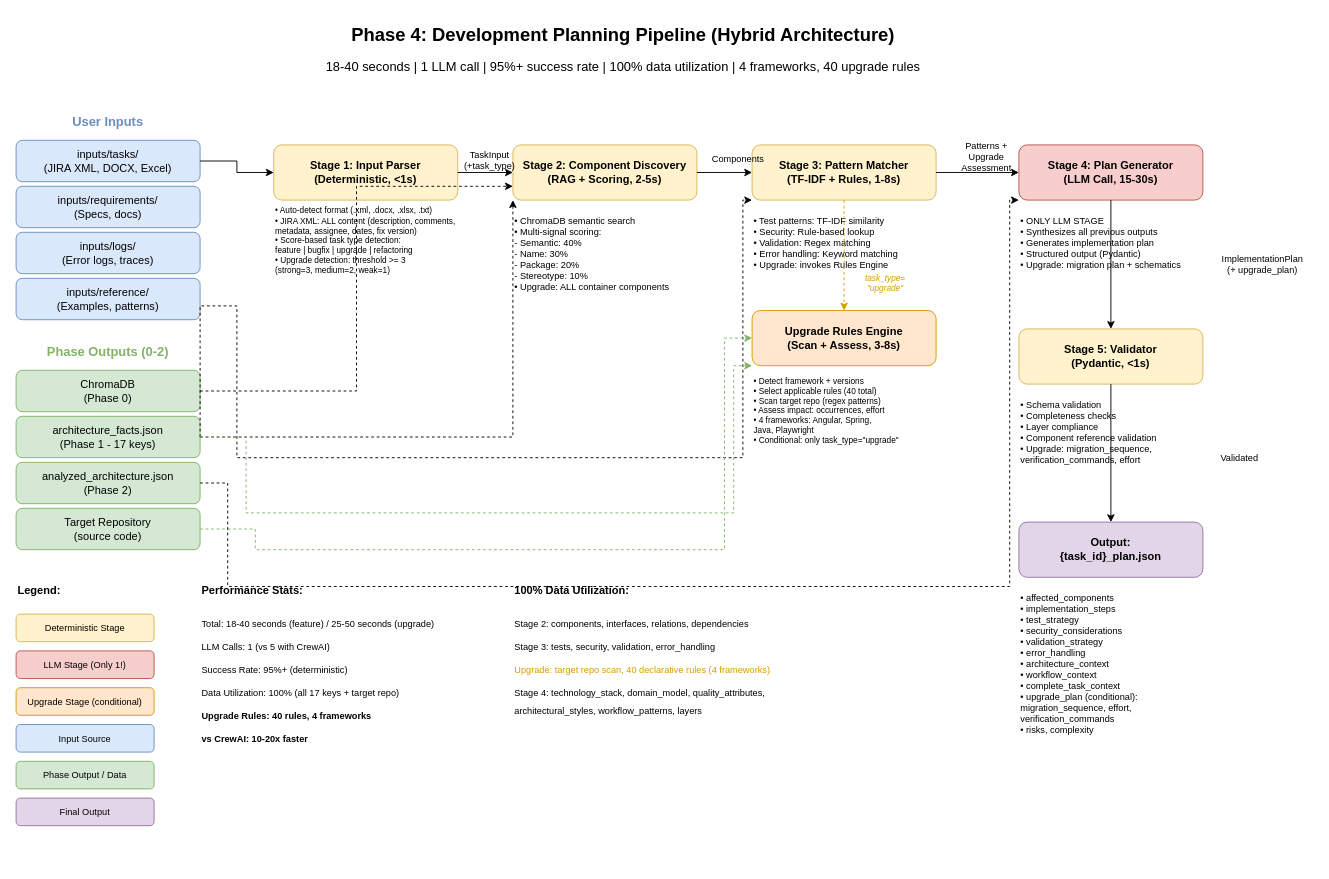
Before: docs/diagrams/development-planning-pipeline.drawio in aymenmastouri/aicodegencrew, a draw.io diagram. Source tidied: cells renumbered, new cells numbered last; positions are measured from the earlier drawing's top-left corner, leaving out a move shared by most shapes. Both pictures are drawn from the tidied source at 92%, with x=0, y=0 at pixel (16, 16).
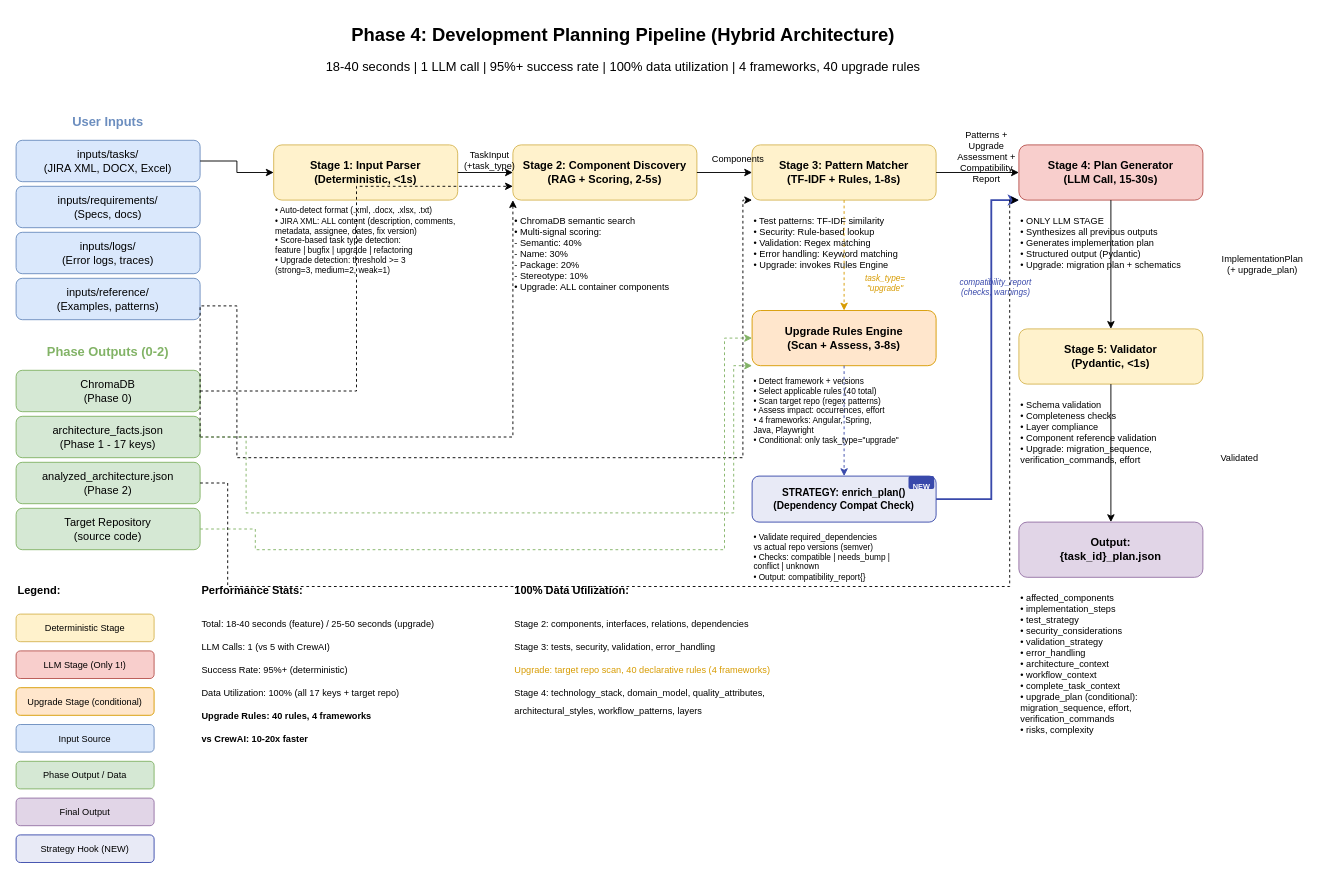
The same diagram, later.

The change refers to these unchanged cells:
```xml
<mxCell id="20" value="Upgrade Rules Engine&#10;(Scan + Assess, 3-8s)" style="rounded=1;whiteSpace=wrap;html=1;fillColor=#ffe6cc;strokeColor=#d79b00;fontSize=12;fontStyle=1;" parent="1" vertex="1">
  <mxGeometry x="800" y="320" width="200" height="60" as="geometry" />
</mxCell>
<mxCell id="22" value="Stage 4: Plan Generator&#10;(LLM Call, 15-30s)" style="rounded=1;whiteSpace=wrap;html=1;fillColor=#f8cecc;strokeColor=#b85450;fontSize=12;fontStyle=1;" parent="1" vertex="1">
  <mxGeometry x="1090" y="140" width="200" height="60" as="geometry" />
</mxCell>
```

Change to the diagram source:
```diff
@@
+    <mxCell id="67" value="STRATEGY: enrich_plan()&#10;(Dependency Compat Check)" style="rounded=1;whiteSpace=wrap;html=1;fillColor=#e8eaf6;strokeColor=#3949ab;fontSize=11;fontStyle=1;" parent="1" vertex="1">
+      <mxGeometry x="800" y="500" width="200" height="50" as="geometry" />
+    </mxCell>
+    <mxCell id="68" value="NEW" style="text;html=1;strokeColor=none;fillColor=#3949ab;align=center;rounded=1;fontSize=8;fontStyle=1;fontColor=#fff;" parent="1" vertex="1">
+      <mxGeometry x="970" y="500" width="28" height="14" as="geometry" />
+    </mxCell>
+    <mxCell id="69" value="• Validate required_dependencies&#10;  vs actual repo versions (semver)&#10;• Checks: compatible | needs_bump |&#10;  conflict | unknown&#10;• Output: compatibility_report{}" style="text;html=1;strokeColor=none;fillColor=none;align=left;verticalAlign=top;whiteSpace=wrap;rounded=0;fontSize=9;" parent="1" vertex="1">
+      <mxGeometry x="800" y="555" width="200" height="75" as="geometry" />
+    </mxCell>
+    <mxCell id="70" style="edgeStyle=orthogonalEdgeStyle;rounded=0;jettySize=auto;html=1;exitX=0.5;exitY=1;exitDx=0;exitDy=0;entryX=0.5;entryY=0;entryDx=0;entryDy=0;dashed=1;strokeColor=#3949ab;" parent="1" edge="1" source="20" target="67">
+      <mxGeometry relative="1" as="geometry" />
+    </mxCell>
+    <mxCell id="71" style="edgeStyle=orthogonalEdgeStyle;rounded=0;jettySize=auto;html=1;exitX=1;exitY=0.5;exitDx=0;exitDy=0;entryX=0;entryY=1;entryDx=0;entryDy=0;strokeColor=#3949ab;strokeWidth=2;" parent="1" edge="1" source="67" target="22">
+      <mxGeometry relative="1" as="geometry">
+        <Array as="points">
+          <mxPoint x="1060" y="525" />
+          <mxPoint x="1060" y="200" />
+        </Array>
+      </mxGeometry>
+    </mxCell>
+    <mxCell id="72" value="compatibility_report&#10;(checks, warnings)" style="text;html=1;strokeColor=none;fillColor=none;align=center;verticalAlign=middle;whiteSpace=wrap;rounded=0;fontSize=9;fontColor=#3949ab;fontStyle=2;" parent="1" vertex="1">
+      <mxGeometry x="1010" y="280" width="110" height="30" as="geometry" />
+    </mxCell>
@@
-    <mxCell id="41" value="Patterns +&#10;Upgrade Assessment" style="text;html=1;strokeColor=none;fillColor=none;align=center;verticalAlign=middle;whiteSpace=wrap;rounded=0;fontSize=10;" parent="1" vertex="1">
-      <mxGeometry x="1010" y="135" width="90" height="35" as="geometry" />
+    <mxCell id="41" value="Patterns +&#10;Upgrade Assessment +&#10;Compatibility Report" style="text;html=1;strokeColor=none;fillColor=none;align=center;verticalAlign=middle;whiteSpace=wrap;rounded=0;fontSize=10;" parent="1" vertex="1">
+      <mxGeometry x="1010" y="130" width="90" height="45" as="geometry" />
     </mxCell>
@@
+    <mxCell id="73" value="Strategy Hook (NEW)" style="rounded=1;whiteSpace=wrap;html=1;fillColor=#e8eaf6;strokeColor=#3949ab;fontSize=10;" parent="1" vertex="1">
+      <mxGeometry y="890" width="150" height="30" as="geometry" />
+    </mxCell>
```
